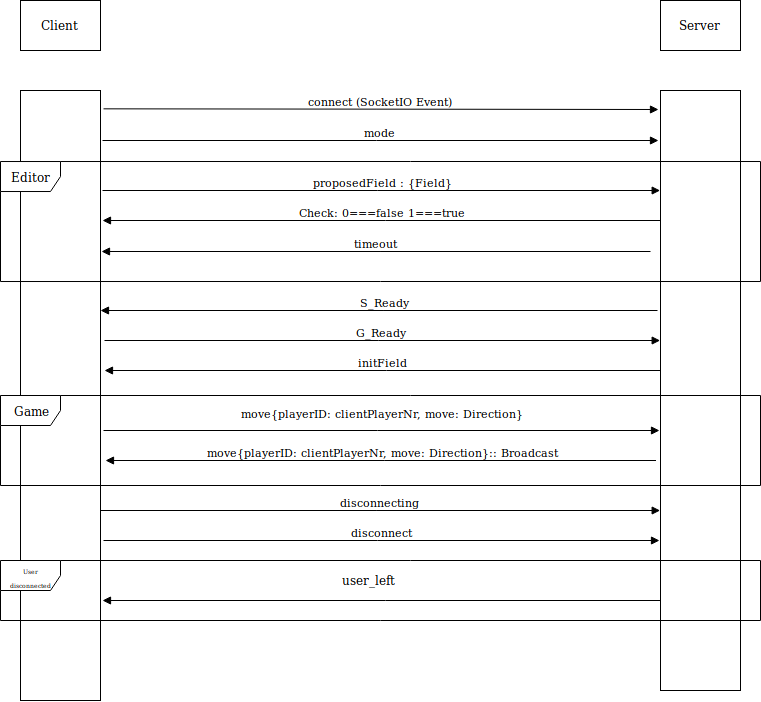
The draw.io diagram Server/Sequenz.png in LazerLambda/js-thebest, before a commit. Source tidied: cells renumbered, new cells last; positions are measured from the earlier drawing's top-left corner, leaving out a move shared by most shapes.
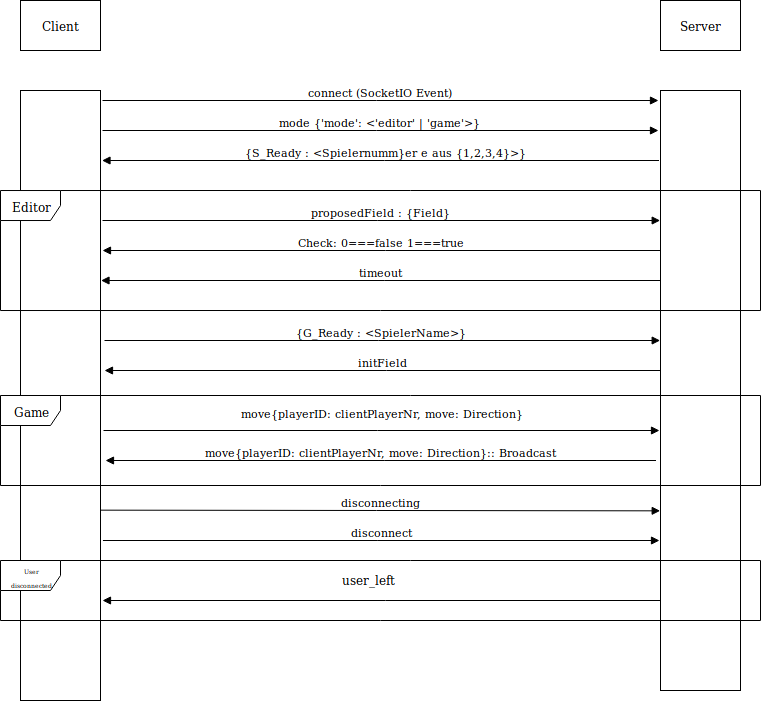
After the change.

Diff of the diagram source:
```diff
@@ -8,12 +8,13 @@
     <mxCell id="3" style="html=1;points=[];perimeter=orthogonalPerimeter;" parent="1" vertex="1">
       <mxGeometry x="660" y="90" width="80" height="600" as="geometry" />
     </mxCell>
-    <mxCell id="4" value="connect (SocketIO Event)" style="html=1;verticalAlign=bottom;endArrow=block;exitX=1.038;exitY=0.031;exitDx=0;exitDy=0;exitPerimeter=0;" parent="1" edge="1" source="2">
+    <mxCell id="4" value="connect (SocketIO Event)" style="html=1;verticalAlign=bottom;endArrow=block;" parent="1" edge="1">
       <mxGeometry relative="1" as="geometry">
-        <mxPoint x="658" y="109" as="targetPoint" />
+        <mxPoint x="102" y="100" as="sourcePoint" />
+        <mxPoint x="658" y="100" as="targetPoint" />
       </mxGeometry>
     </mxCell>
-    <mxCell id="5" value="G_Ready" style="html=1;verticalAlign=bottom;endArrow=block;entryX=0;entryY=0.417;entryDx=0;entryDy=0;entryPerimeter=0;" parent="1" edge="1" target="3">
+    <mxCell id="5" value="{G_Ready : &amp;lt;SpielerName&amp;gt;}" style="html=1;verticalAlign=bottom;endArrow=block;entryX=0;entryY=0.417;entryDx=0;entryDy=0;entryPerimeter=0;" parent="1" edge="1" target="3">
       <mxGeometry relative="1" as="geometry">
         <mxPoint x="104" y="340" as="sourcePoint" />
       </mxGeometry>
@@ -53,39 +54,40 @@
     <mxCell id="13" value="Server" style="html=1;" parent="1" vertex="1">
       <mxGeometry x="660" width="80" height="50" as="geometry" />
     </mxCell>
-    <mxCell id="14" value="mode" style="html=1;verticalAlign=bottom;endArrow=block;" parent="1" edge="1">
+    <mxCell id="14" value="mode {'mode': &amp;lt;'editor' | 'game'&amp;gt;}" style="html=1;verticalAlign=bottom;endArrow=block;" parent="1" edge="1">
       <mxGeometry relative="1" as="geometry">
-        <mxPoint x="102" y="140" as="sourcePoint" />
-        <mxPoint x="658" y="140" as="targetPoint" />
+        <mxPoint x="102" y="130" as="sourcePoint" />
+        <mxPoint x="658" y="130" as="targetPoint" />
       </mxGeometry>
     </mxCell>
     <mxCell id="15" value="Game" style="shape=umlFrame;whiteSpace=wrap;html=1;" parent="1" vertex="1">
       <mxGeometry y="395" width="760" height="90" as="geometry" />
     </mxCell>
-    <mxCell id="16" value="S_Ready" style="html=1;verticalAlign=bottom;endArrow=block;" parent="1" edge="1">
+    <mxCell id="16" value="{S_Ready : &amp;lt;Spielernumm}er e aus {1,2,3,4}&amp;gt;}" style="html=1;verticalAlign=bottom;endArrow=block;" parent="1" edge="1">
       <mxGeometry x="-0.02" relative="1" as="geometry">
-        <mxPoint x="657" y="310" as="sourcePoint" />
-        <mxPoint x="100" y="310" as="targetPoint" />
+        <mxPoint x="658.5" y="160" as="sourcePoint" />
+        <mxPoint x="101.5" y="160" as="targetPoint" />
       </mxGeometry>
     </mxCell>
-    <mxCell id="17" value="proposedField : {Field}" style="html=1;verticalAlign=bottom;endArrow=block;entryX=0;entryY=0.167;entryDx=0;entryDy=0;entryPerimeter=0;" parent="1" edge="1" target="3">
+    <mxCell id="17" value="proposedField : {Field}" style="html=1;verticalAlign=bottom;endArrow=block;entryX=0;entryY=0.217;entryDx=0;entryDy=0;entryPerimeter=0;" parent="1" edge="1" target="3">
       <mxGeometry relative="1" as="geometry">
-        <mxPoint x="102" y="190" as="sourcePoint" />
+        <mxPoint x="102" y="220" as="sourcePoint" />
       </mxGeometry>
     </mxCell>
-    <mxCell id="18" value="Check: 0===false 1===true" style="html=1;verticalAlign=bottom;endArrow=block;exitX=0;exitY=0.217;exitDx=0;exitDy=0;exitPerimeter=0;" parent="1" edge="1" source="3">
+    <mxCell id="18" value="Check: 0===false 1===true" style="html=1;verticalAlign=bottom;endArrow=block;" parent="1" edge="1">
       <mxGeometry relative="1" as="geometry">
-        <mxPoint x="102" y="220" as="targetPoint" />
+        <mxPoint x="660" y="250" as="sourcePoint" />
+        <mxPoint x="102" y="250" as="targetPoint" />
       </mxGeometry>
     </mxCell>
     <mxCell id="19" value="&lt;div&gt;timeout&lt;/div&gt;" style="html=1;verticalAlign=bottom;endArrow=block;" parent="1" edge="1">
       <mxGeometry relative="1" as="geometry">
-        <mxPoint x="650" y="251" as="sourcePoint" />
-        <mxPoint x="101" y="251" as="targetPoint" />
+        <mxPoint x="660" y="280" as="sourcePoint" />
+        <mxPoint x="100.5" y="280" as="targetPoint" />
       </mxGeometry>
     </mxCell>
     <mxCell id="20" value="Editor" style="shape=umlFrame;whiteSpace=wrap;html=1;" parent="1" vertex="1">
-      <mxGeometry y="161" width="760" height="120" as="geometry" />
+      <mxGeometry y="190" width="760" height="120" as="geometry" />
     </mxCell>
     <mxCell id="21" value="disconnecting" style="html=1;verticalAlign=bottom;endArrow=block;entryX=0;entryY=0.7;entryDx=0;entryDy=0;entryPerimeter=0;exitX=1.006;exitY=0.688;exitDx=0;exitDy=0;exitPerimeter=0;" parent="1" edge="1" source="2" target="3">
       <mxGeometry relative="1" as="geometry" />
```
